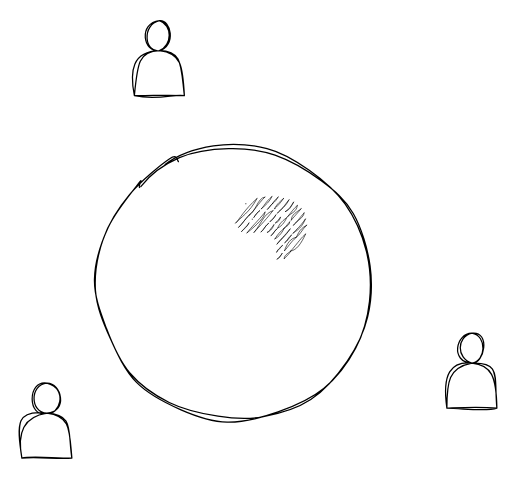
foxeet/ChatGPT_desktop keeps this draw.io diagram as 未命名绘图.drawio. Above is the earlier version. Source tidied: cells renumbered, new cells numbered last; positions are measured from the earlier drawing's top-left corner, leaving out a move shared by most shapes. Both pictures are drawn from the tidied source at 125%, with x=0, y=0 at pixel (21, 20). Pictures stored in the file or linked from it are replaced by grey dashed boxes.
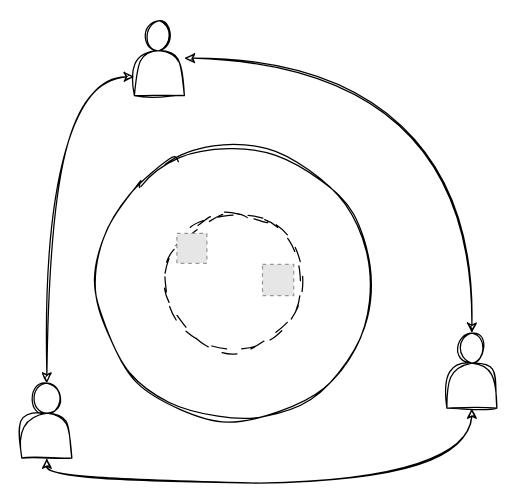
Above is the later version.

Change to the diagram source:
```diff
@@
 <mxGraphModel>
   <root>
     <mxCell id="0" />
     <mxCell id="1" parent="0" />
+    <mxCell id="7" style="edgeStyle=orthogonalEdgeStyle;rounded=0;sketch=1;hachureGap=4;jiggle=2;curveFitting=1;jettySize=auto;html=1;entryX=0;entryY=0.75;entryDx=0;entryDy=0;fontFamily=Architects Daughter;fontSize=16;curved=1;startArrow=classic;startFill=1;" parent="1" edge="1" source="2" target="3">
+      <mxGeometry relative="1" as="geometry">
+        <Array as="points">
+          <mxPoint x="20" y="45" />
+        </Array>
+      </mxGeometry>
+    </mxCell>
+    <mxCell id="8" style="edgeStyle=orthogonalEdgeStyle;rounded=0;sketch=1;hachureGap=4;jiggle=2;curveFitting=1;jettySize=auto;html=1;entryX=0.5;entryY=1;entryDx=0;entryDy=0;fontFamily=Architects Daughter;fontSize=16;curved=1;startArrow=classic;startFill=1;" parent="1" edge="1" source="2" target="4">
+      <mxGeometry relative="1" as="geometry">
+        <Array as="points">
+          <mxPoint x="20" y="370" />
+          <mxPoint x="360" y="370" />
+        </Array>
+      </mxGeometry>
+    </mxCell>
-    <mxCell id="2" style="shape=actor;whiteSpace=wrap;html=1;sketch=1;hachureGap=4;jiggle=2;curveFitting=1;fontFamily=Architects Daughter;fontSize=20;" parent="1" vertex="1">
+    <mxCell id="2" style="shape=actor;whiteSpace=wrap;html=1;hachureGap=4;fontFamily=Architects Daughter;fontSize=20;sketch=1;curveFitting=1;jiggle=2;" parent="1" vertex="1">
       <mxGeometry y="290" width="40" height="60" as="geometry" />
     </mxCell>
+    <mxCell id="9" style="edgeStyle=orthogonalEdgeStyle;rounded=0;sketch=1;hachureGap=4;jiggle=2;curveFitting=1;jettySize=auto;html=1;fontFamily=Architects Daughter;fontSize=16;curved=1;startArrow=classic;startFill=1;" parent="1" edge="1" source="3" target="4">
+      <mxGeometry relative="1" as="geometry" />
+    </mxCell>
-    <mxCell id="3" style="shape=actor;whiteSpace=wrap;html=1;sketch=1;hachureGap=4;jiggle=2;curveFitting=1;fontFamily=Architects Daughter;fontSize=20;" parent="1" vertex="1">
+    <mxCell id="3" style="shape=actor;whiteSpace=wrap;html=1;hachureGap=4;fontFamily=Architects Daughter;fontSize=20;sketch=1;curveFitting=1;jiggle=2;" parent="1" vertex="1">
       <mxGeometry x="90" width="40" height="60" as="geometry" />
     </mxCell>
-    <mxCell id="4" style="shape=actor;whiteSpace=wrap;html=1;sketch=1;hachureGap=4;jiggle=2;curveFitting=1;fontFamily=Architects Daughter;fontSize=20;" parent="1" vertex="1">
+    <mxCell id="4" style="shape=actor;whiteSpace=wrap;html=1;hachureGap=4;fontFamily=Architects Daughter;fontSize=20;sketch=1;curveFitting=1;jiggle=2;" parent="1" vertex="1">
       <mxGeometry x="340" y="250" width="40" height="60" as="geometry" />
     </mxCell>
-    <mxCell id="5" style="ellipse;whiteSpace=wrap;html=1;sketch=1;hachureGap=4;jiggle=2;curveFitting=1;fontFamily=Architects Daughter;fontSize=20;" parent="1" vertex="1">
+    <mxCell id="5" style="ellipse;whiteSpace=wrap;html=1;hachureGap=4;fontFamily=Architects Daughter;fontSize=20;sketch=1;curveFitting=1;jiggle=2;" parent="1" vertex="1">
       <mxGeometry x="60" y="100" width="220" height="220" as="geometry" />
     </mxCell>
-    <mxCell id="6" style="shape=mxgraph.signs.healthcare.brain;html=1;fillColor=#000000;strokeColor=none;verticalLabelPosition=bottom;verticalAlign=top;align=center;sketch=1;hachureGap=4;jiggle=2;curveFitting=1;fontFamily=Architects Daughter;fontSize=20;" parent="1" vertex="1">
-      <mxGeometry x="170" y="140" width="58" height="50.3" as="geometry" />
-    </mxCell>
+    <mxCell id="10" style="ellipse;whiteSpace=wrap;html=1;hachureGap=4;fontFamily=Architects Daughter;fontSize=20;sketch=1;curveFitting=1;jiggle=2;dashed=1;dashPattern=12 12;" parent="1" vertex="1">
+      <mxGeometry x="115" y="154" width="110" height="110" as="geometry" />
+    </mxCell>
+    <mxCell id="11" style="fillColor=#E6E6E6;strokeColor=#999999;dashed=1;html=1;verticalAlign=top;verticalLabelPosition=bottom;labelBackgroundColor=#ffffff;fontFamily=Architects Daughter;fontSize=20;" parent="1" vertex="1">
+      <mxGeometry x="192.5" y="195" width="25" height="25" as="geometry" />
+    </mxCell>
+    <mxCell id="12" style="fillColor=#E6E6E6;strokeColor=#999999;dashed=1;html=1;verticalAlign=top;verticalLabelPosition=bottom;labelBackgroundColor=#ffffff;fontFamily=Architects Daughter;fontSize=20;" parent="1" vertex="1">
+      <mxGeometry x="124" y="170.1" width="24" height="24" as="geometry" />
+    </mxCell>
   </root>
 </mxGraphModel>
```
